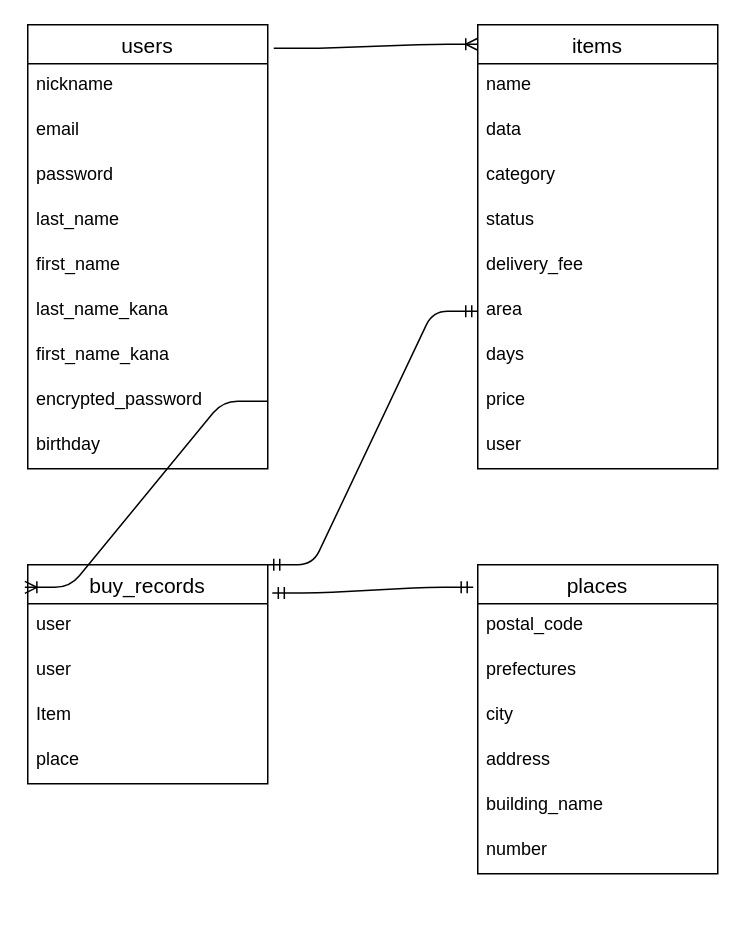
This is first.dio from msms0227/furima-32090, a draw.io file, before an edit. Source tidied: cells renumbered, new cells numbered last; positions are measured from the earlier drawing's top-left corner, leaving out a move shared by most shapes. Both pictures are drawn from the tidied source at 150%, with x=0, y=0 at pixel (27, 24).
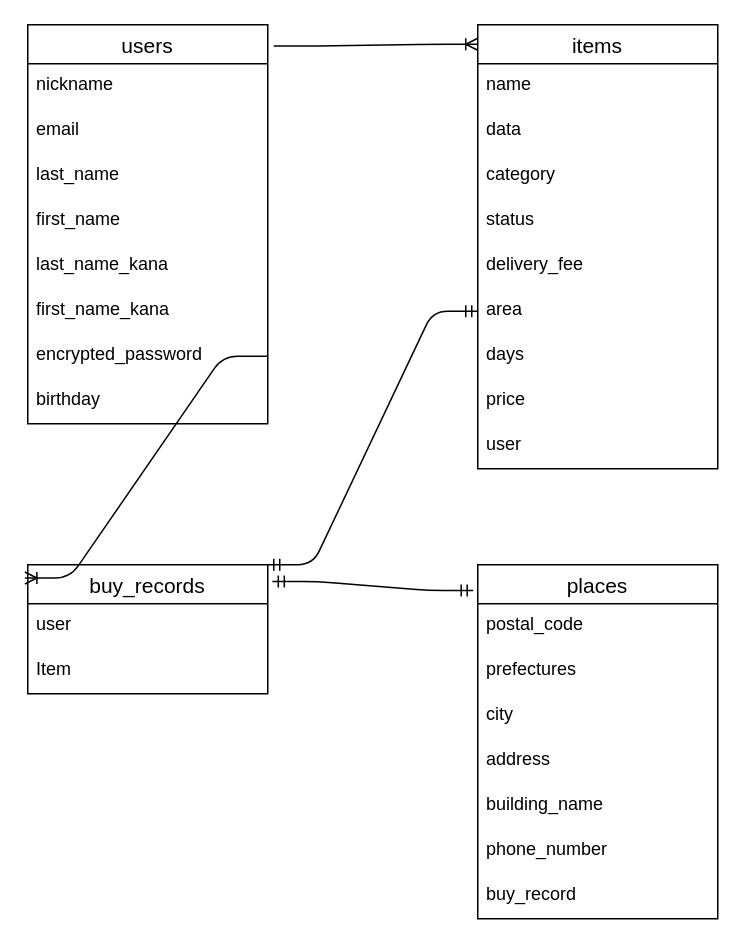
Above is the later version.

Commit message (it also covers changes not shown here):
データベース設計３

The edit, as a diff of the source:
```diff
@@
     <mxCell id="2" value="buy_records" style="swimlane;fontStyle=0;horizontal=1;startSize=26;align=center;fontSize=14;" parent="1" vertex="1">
-      <mxGeometry y="360" width="160" height="146" as="geometry" />
+      <mxGeometry y="360" width="160" height="86" as="geometry" />
     </mxCell>
@@
-    <mxCell id="4" value="user" style="text;strokeColor=none;fillColor=none;spacingLeft=4;spacingRight=4;overflow=hidden;fontSize=12;" parent="2" vertex="1">
-      <mxGeometry y="56" width="160" height="30" as="geometry" />
-    </mxCell>
     <mxCell id="5" value="Item " style="text;strokeColor=none;fillColor=none;spacingLeft=4;spacingRight=4;overflow=hidden;fontSize=12;" parent="2" vertex="1">
-      <mxGeometry y="86" width="160" height="30" as="geometry" />
+      <mxGeometry y="56" width="160" height="30" as="geometry" />
     </mxCell>
-    <mxCell id="6" value="place" style="text;strokeColor=none;fillColor=none;spacingLeft=4;spacingRight=4;overflow=hidden;fontSize=12;" parent="2" vertex="1">
-      <mxGeometry y="116" width="160" height="30" as="geometry" />
-    </mxCell>
     <mxCell id="7" value="users" style="swimlane;fontStyle=0;horizontal=1;startSize=26;align=center;fontSize=14;" parent="1" vertex="1">
-      <mxGeometry width="160" height="296" as="geometry" />
+      <mxGeometry width="160" height="266" as="geometry" />
     </mxCell>
@@
-    <mxCell id="10" value="password" style="text;strokeColor=none;fillColor=none;spacingLeft=4;spacingRight=4;overflow=hidden;fontSize=12;" parent="7" vertex="1">
-      <mxGeometry y="86" width="160" height="30" as="geometry" />
-    </mxCell>
     <mxCell id="11" value="last_name" style="text;strokeColor=none;fillColor=none;spacingLeft=4;spacingRight=4;overflow=hidden;fontSize=12;" parent="7" vertex="1">
-      <mxGeometry y="116" width="160" height="30" as="geometry" />
+      <mxGeometry y="86" width="160" height="30" as="geometry" />
     </mxCell>
     <mxCell id="12" value="first_name" style="text;strokeColor=none;fillColor=none;spacingLeft=4;spacingRight=4;overflow=hidden;fontSize=12;" parent="7" vertex="1">
-      <mxGeometry y="146" width="160" height="30" as="geometry" />
+      <mxGeometry y="116" width="160" height="30" as="geometry" />
     </mxCell>
     <mxCell id="13" value="last_name_kana" style="text;strokeColor=none;fillColor=none;spacingLeft=4;spacingRight=4;overflow=hidden;fontSize=12;" parent="7" vertex="1">
-      <mxGeometry y="176" width="160" height="30" as="geometry" />
+      <mxGeometry y="146" width="160" height="30" as="geometry" />
     </mxCell>
     <mxCell id="14" value="first_name_kana" style="text;strokeColor=none;fillColor=none;spacingLeft=4;spacingRight=4;overflow=hidden;fontSize=12;" parent="7" vertex="1">
-      <mxGeometry y="206" width="160" height="30" as="geometry" />
+      <mxGeometry y="176" width="160" height="30" as="geometry" />
     </mxCell>
     <mxCell id="15" value="encrypted_password" style="text;strokeColor=none;fillColor=none;spacingLeft=4;spacingRight=4;overflow=hidden;points=[[0,0.5],[1,0.5]];portConstraint=eastwest;fontSize=12;" parent="7" vertex="1">
-      <mxGeometry y="236" width="160" height="30" as="geometry" />
+      <mxGeometry y="206" width="160" height="30" as="geometry" />
     </mxCell>
     <mxCell id="16" value="birthday" style="text;strokeColor=none;fillColor=none;spacingLeft=4;spacingRight=4;overflow=hidden;fontSize=12;" parent="7" vertex="1">
-      <mxGeometry y="266" width="160" height="30" as="geometry" />
+      <mxGeometry y="236" width="160" height="30" as="geometry" />
     </mxCell>
@@
     <mxCell id="27" value="places" style="swimlane;fontStyle=0;horizontal=1;startSize=26;align=center;fontSize=14;" parent="1" vertex="1">
-      <mxGeometry x="300" y="360" width="160" height="206" as="geometry" />
+      <mxGeometry x="300" y="360" width="160" height="236" as="geometry" />
     </mxCell>
@@
+    <mxCell id="38" value="phone_number" style="text;strokeColor=none;fillColor=none;spacingLeft=4;spacingRight=4;overflow=hidden;fontSize=12;" parent="27" vertex="1">
+      <mxGeometry y="176" width="160" height="30" as="geometry" />
+    </mxCell>
-    <mxCell id="33" value="number" style="text;strokeColor=none;fillColor=none;spacingLeft=4;spacingRight=4;overflow=hidden;fontSize=12;" parent="27" vertex="1">
-      <mxGeometry y="176" width="160" height="30" as="geometry" />
+    <mxCell id="33" value="buy_record" style="text;strokeColor=none;fillColor=none;spacingLeft=4;spacingRight=4;overflow=hidden;fontSize=12;" parent="27" vertex="1">
+      <mxGeometry y="206" width="160" height="30" as="geometry" />
     </mxCell>
```
